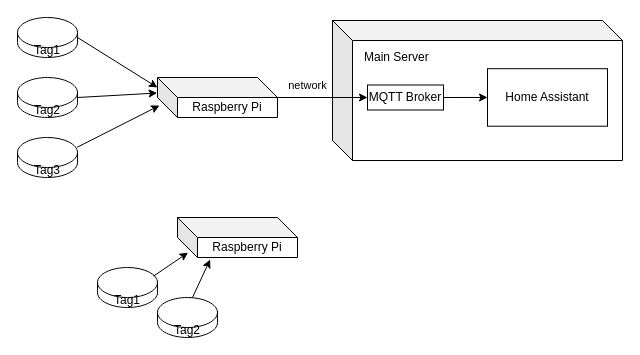
Hotzilla/ruuvicollector-to-homeassistant-mqtt keeps this draw.io diagram as Untitled Diagram.drawio. Above is the earlier version. Source tidied: cells renumbered, new cells numbered last; positions are measured from the earlier drawing's top-left corner, leaving out a move shared by most shapes. Both pictures are drawn from the tidied source at 100%, with x=0, y=0 at pixel (17, 17).
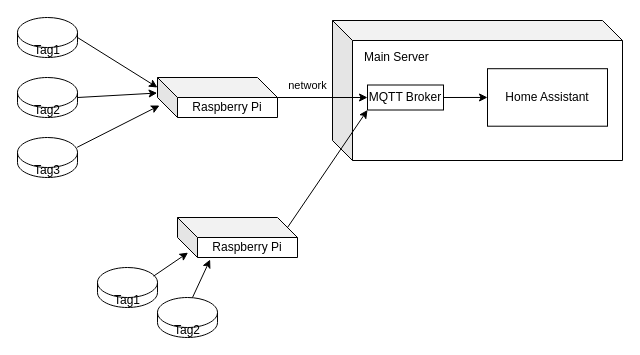
Above is the later version.

The change refers to these unchanged cells:
```xml
<mxCell id="10" value="MQTT Broker" style="rounded=0;whiteSpace=wrap;html=1;" parent="1" vertex="1">
  <mxGeometry x="350" y="67.5" width="76" height="25" as="geometry" />
</mxCell>
<mxCell id="15" value="Raspberry Pi" style="shape=cube;whiteSpace=wrap;html=1;boundedLbl=1;backgroundOutline=1;darkOpacity=0.05;darkOpacity2=0.1;" parent="1" vertex="1">
  <mxGeometry x="160" y="200" width="120" height="40" as="geometry" />
</mxCell>
```

What changed in the source:
```diff
@@
+    <mxCell id="20" style="endArrow=classic;html=1;exitX=0;exitY=0;exitDx=110;exitDy=10;exitPerimeter=0;entryX=0;entryY=1;entryDx=0;entryDy=0;" parent="1" edge="1" source="15" target="10">
+      <mxGeometry relative="1" as="geometry" />
+    </mxCell>
```
